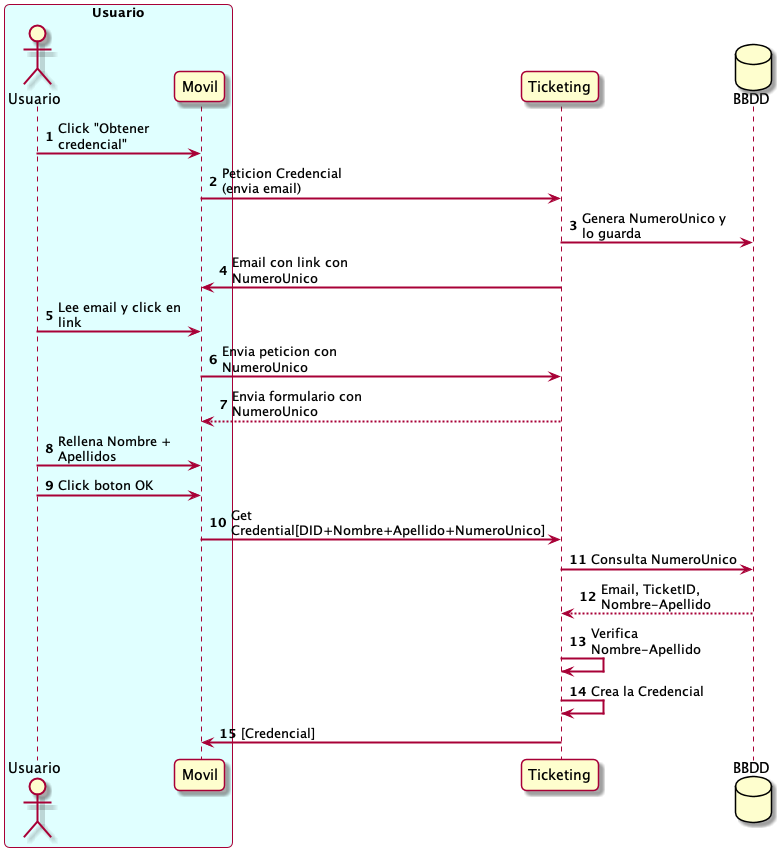
This is assets/creacion-identidad.png from hesusruiz/EntradasSSI, a PlantUML export, as it was before one commit.
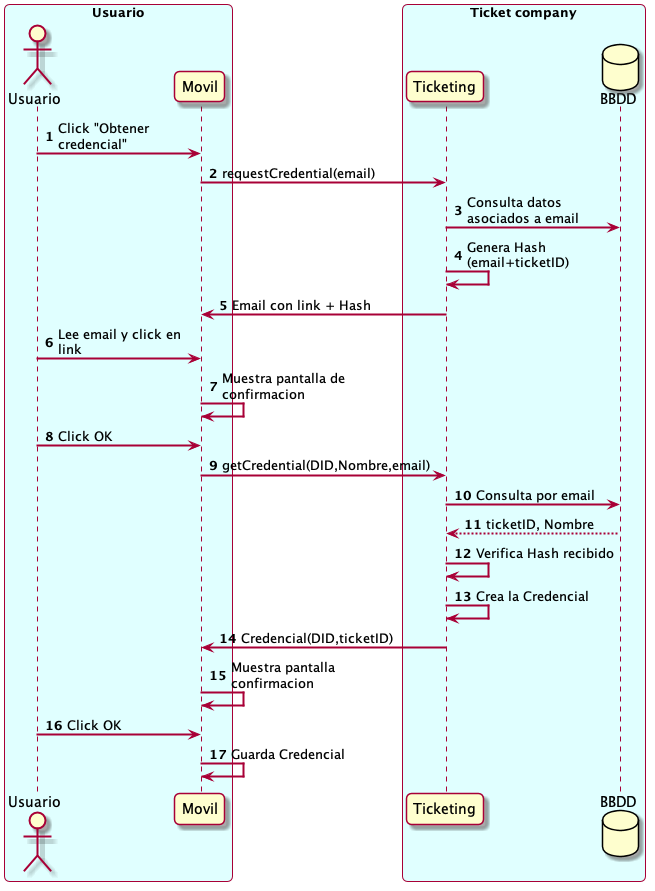
The same file after the commit.

Commit message:
Updata diagram

What changed in the source:
```diff
@@ -8,31 +8,36 @@
   actor Usuario as U
   participant "Movil" as M
 end box
-participant "Ticketing" as T
-database "BBDD" as D
+
+box "Ticket company" #LightCyan
+  participant "Ticketing" as T
+  database "BBDD" as D
+end box
 
 U -> M: Click "Obtener credencial"
-M -> T: Peticion Credencial (envia email)
+M -> T: requestCredential(email)
 
-T -> D: Genera NumeroUnico y lo guarda
-T -> M: Email con link con NumeroUnico
+T -> D: Consulta datos asociados a email
+T -> T: Genera Hash (email+ticketID)
+T -> M: Email con link + Hash
 U -> M: Lee email y click en link
-M -> T: Envia peticion con NumeroUnico
-return Envia formulario con NumeroUnico
+M -> M: Muestra pantalla de confirmacion
 
-U -> M: Rellena Nombre + Apellidos
+U -> M: Click OK
 
-U -> M: Click boton OK
+M -> T: getCredential(DID,Nombre,email)
 
-M -> T: Get Credential[DID+Nombre+Apellido+NumeroUnico]
+T -> D: Consulta por email
+return ticketID, Nombre
 
-T -> D: Consulta NumeroUnico
-return Email, TicketID, Nombre-Apellido
-
-T -> T: Verifica Nombre-Apellido
+T -> T: Verifica Hash recibido
 T -> T: Crea la Credencial
 
-T -> M: [Credencial]
+T -> M: Credencial(DID,ticketID)
+M -> M: Muestra pantalla confirmacion
+
+U -> M: Click OK
+M -> M: Guarda Credencial
 
 
 @enduml
```
